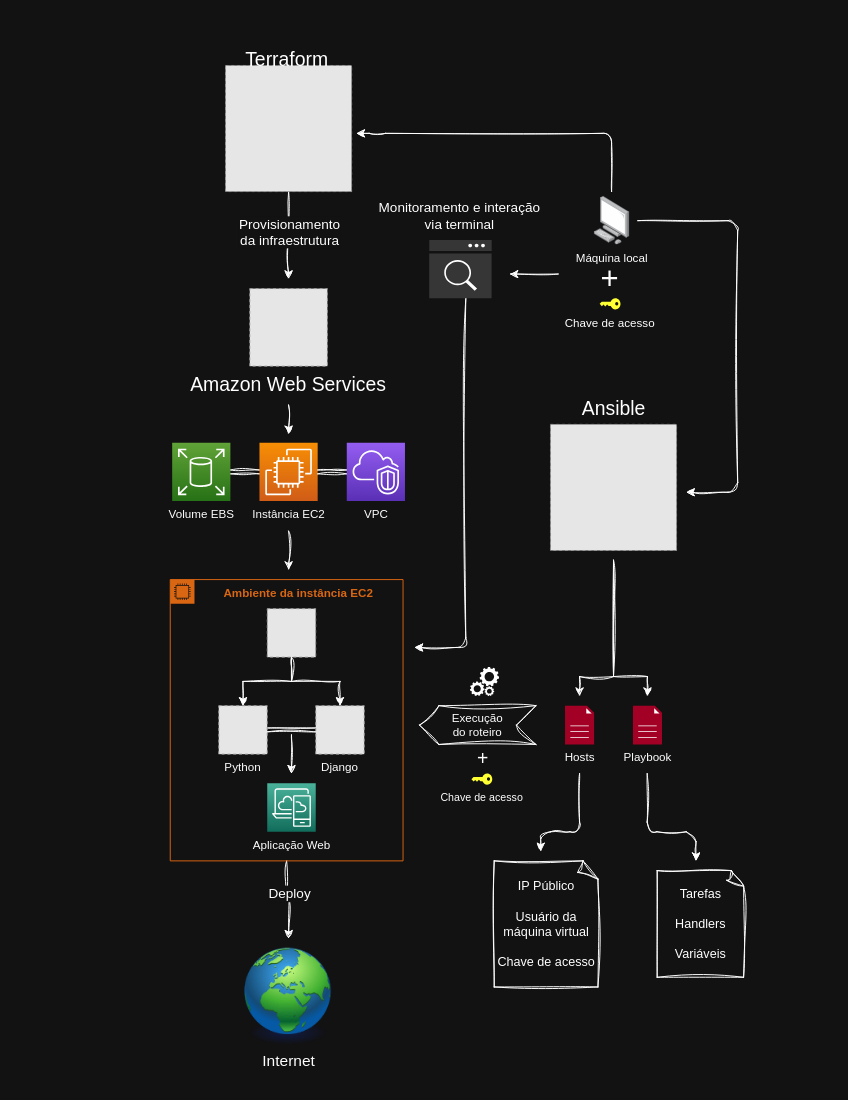
Earlier version of the draw.io diagram project-map.drawio (T0mAlexander/IaC-Alura). Source tidied: cells renumbered, new cells numbered last; positions are measured from the earlier drawing's top-left corner, leaving out a move shared by most shapes. Both pictures are drawn from the tidied source at 97%, with x=0, y=0 at pixel (16, 16). Pictures stored in the file or linked from it are replaced by grey dashed boxes.
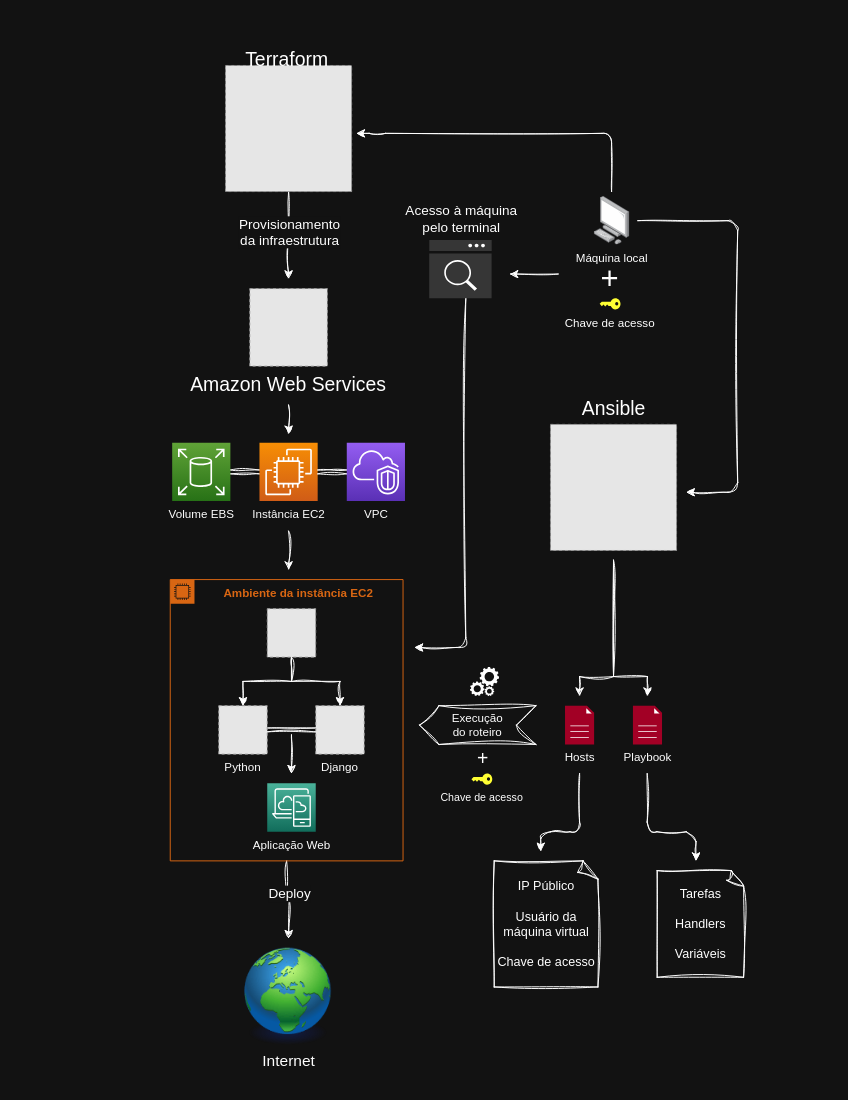
Above is the later version.

Commit message (it also covers changes not shown here):
refactor: :bulb: updated project map

Diff of the diagram source:
```diff
@@
-    <mxCell id="51" value="Monitoramento e interação&lt;br&gt;via terminal" style="edgeLabel;html=1;align=center;verticalAlign=middle;fontSize=14;fontFamily=Circular Std;fontColor=#FFFFFF;labelBackgroundColor=none;" parent="1" vertex="1">
-      <mxGeometry x="455" y="204" as="geometry" />
+    <mxCell id="51" value="Acesso à máquina&lt;br&gt;pelo terminal" style="edgeLabel;html=1;align=center;verticalAlign=middle;fontSize=14;fontFamily=Circular Std;fontColor=#FFFFFF;labelBackgroundColor=none;" parent="1" vertex="1">
+      <mxGeometry x="457.2" y="207" as="geometry" />
     </mxCell>
```
